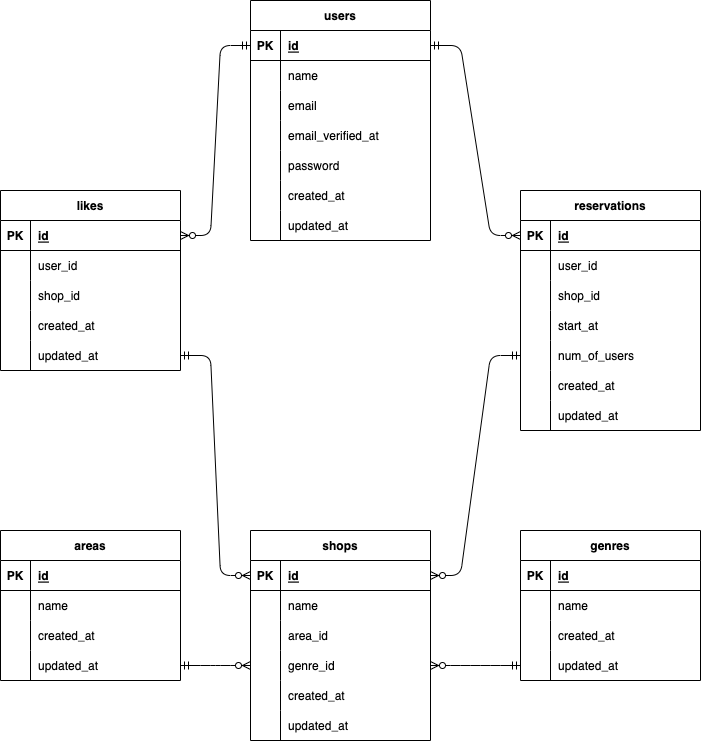
Above: advance-term-project.drawio.png in ameji1077/advance-term-project (draw.io), before the change. Source tidied: cells renumbered, new cells last; positions are measured from the earlier drawing's top-left corner, leaving out a move shared by most shapes.
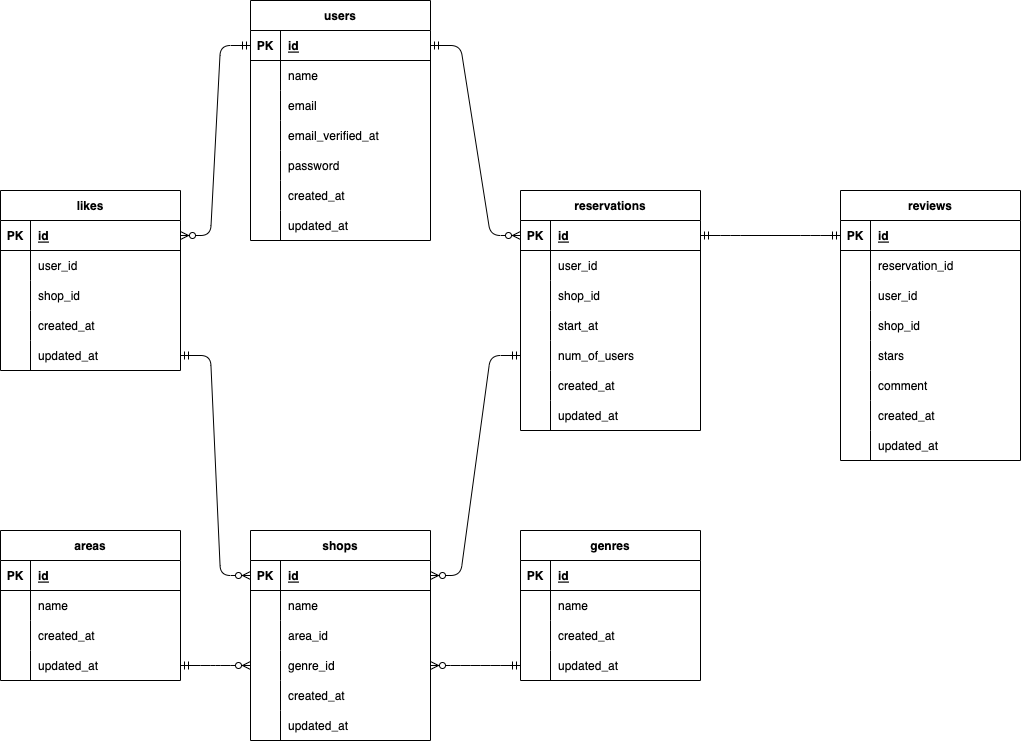
Later version of the same file.

Diff of the diagram source:
```diff
@@ -335,5 +335,83 @@
     <mxCell id="112" style="edgeStyle=entityRelationEdgeStyle;fontSize=12;html=1;endArrow=ERzeroToMany;startArrow=ERmandOne;exitX=0;exitY=0.5;exitDx=0;exitDy=0;entryX=1;entryY=0.5;entryDx=0;entryDy=0;" parent="1" edge="1" source="104" target="50">
       <mxGeometry relative="1" as="geometry" />
     </mxCell>
+    <mxCell id="113" value="reviews" style="shape=table;startSize=30;rowLines=0;fontStyle=1;align=center;" parent="1" vertex="1">
+      <mxGeometry x="840" y="190" width="180" height="270" as="geometry" />
+    </mxCell>
+    <mxCell id="114" style="shape=tableRow;horizontal=0;startSize=0;swimlaneHead=0;swimlaneBody=0;fillColor=none;points=[[0,0.5],[1,0.5]];portConstraint=eastwest;top=0;left=0;right=0;bottom=1;" parent="113" vertex="1">
+      <mxGeometry y="30" width="180" height="30" as="geometry" />
+    </mxCell>
+    <mxCell id="115" value="PK" style="shape=partialRectangle;fillColor=none;top=0;left=0;bottom=0;right=0;fontStyle=1;overflow=hidden;" parent="114" vertex="1">
+      <mxGeometry width="30" height="30" as="geometry" />
+    </mxCell>
+    <mxCell id="116" value="id" style="shape=partialRectangle;fillColor=none;top=0;left=0;bottom=0;right=0;align=left;spacingLeft=6;fontStyle=5;overflow=hidden;" parent="114" vertex="1">
+      <mxGeometry x="30" width="150" height="30" as="geometry" />
+    </mxCell>
+    <mxCell id="117" style="shape=tableRow;horizontal=0;startSize=0;swimlaneHead=0;swimlaneBody=0;fillColor=none;top=0;left=0;right=0;bottom=0;" parent="113" vertex="1">
+      <mxGeometry y="60" width="180" height="30" as="geometry" />
+    </mxCell>
+    <mxCell id="118" style="shape=partialRectangle;fillColor=none;top=0;left=0;bottom=0;right=0;overflow=hidden;" parent="117" vertex="1">
+      <mxGeometry width="30" height="30" as="geometry" />
+    </mxCell>
+    <mxCell id="119" value="reservation_id" style="shape=partialRectangle;fillColor=none;top=0;left=0;bottom=0;right=0;align=left;spacingLeft=6;overflow=hidden;" parent="117" vertex="1">
+      <mxGeometry x="30" width="150" height="30" as="geometry" />
+    </mxCell>
+    <mxCell id="120" style="shape=tableRow;horizontal=0;startSize=0;swimlaneHead=0;swimlaneBody=0;fillColor=none;top=0;left=0;right=0;bottom=0;" parent="113" vertex="1">
+      <mxGeometry y="90" width="180" height="30" as="geometry" />
+    </mxCell>
+    <mxCell id="121" style="shape=partialRectangle;fillColor=none;top=0;left=0;bottom=0;right=0;overflow=hidden;" parent="120" vertex="1">
+      <mxGeometry width="30" height="30" as="geometry" />
+    </mxCell>
+    <mxCell id="122" value="user_id" style="shape=partialRectangle;fillColor=none;top=0;left=0;bottom=0;right=0;align=left;spacingLeft=6;overflow=hidden;" parent="120" vertex="1">
+      <mxGeometry x="30" width="150" height="30" as="geometry" />
+    </mxCell>
+    <mxCell id="123" style="shape=tableRow;horizontal=0;startSize=0;swimlaneHead=0;swimlaneBody=0;fillColor=none;top=0;left=0;right=0;bottom=0;" parent="113" vertex="1">
+      <mxGeometry y="120" width="180" height="30" as="geometry" />
+    </mxCell>
+    <mxCell id="124" style="shape=partialRectangle;fillColor=none;top=0;left=0;bottom=0;right=0;overflow=hidden;" parent="123" vertex="1">
+      <mxGeometry width="30" height="30" as="geometry" />
+    </mxCell>
+    <mxCell id="125" value="shop_id" style="shape=partialRectangle;fillColor=none;top=0;left=0;bottom=0;right=0;align=left;spacingLeft=6;overflow=hidden;" parent="123" vertex="1">
+      <mxGeometry x="30" width="150" height="30" as="geometry" />
+    </mxCell>
+    <mxCell id="126" style="shape=tableRow;horizontal=0;startSize=0;swimlaneHead=0;swimlaneBody=0;fillColor=none;top=0;left=0;right=0;bottom=0;" parent="113" vertex="1">
+      <mxGeometry y="150" width="180" height="30" as="geometry" />
+    </mxCell>
+    <mxCell id="127" style="shape=partialRectangle;fillColor=none;top=0;left=0;bottom=0;right=0;overflow=hidden;" parent="126" vertex="1">
+      <mxGeometry width="30" height="30" as="geometry" />
+    </mxCell>
+    <mxCell id="128" value="stars" style="shape=partialRectangle;fillColor=none;top=0;left=0;bottom=0;right=0;align=left;spacingLeft=6;overflow=hidden;" parent="126" vertex="1">
+      <mxGeometry x="30" width="150" height="30" as="geometry" />
+    </mxCell>
+    <mxCell id="129" style="shape=tableRow;horizontal=0;startSize=0;swimlaneHead=0;swimlaneBody=0;fillColor=none;top=0;left=0;right=0;bottom=0;" parent="113" vertex="1">
+      <mxGeometry y="180" width="180" height="30" as="geometry" />
+    </mxCell>
+    <mxCell id="130" style="shape=partialRectangle;fillColor=none;top=0;left=0;bottom=0;right=0;overflow=hidden;" parent="129" vertex="1">
+      <mxGeometry width="30" height="30" as="geometry" />
+    </mxCell>
+    <mxCell id="131" value="comment" style="shape=partialRectangle;fillColor=none;top=0;left=0;bottom=0;right=0;align=left;spacingLeft=6;overflow=hidden;" parent="129" vertex="1">
+      <mxGeometry x="30" width="150" height="30" as="geometry" />
+    </mxCell>
+    <mxCell id="132" style="shape=tableRow;horizontal=0;startSize=0;swimlaneHead=0;swimlaneBody=0;fillColor=none;top=0;left=0;right=0;bottom=0;" parent="113" vertex="1">
+      <mxGeometry y="210" width="180" height="30" as="geometry" />
+    </mxCell>
+    <mxCell id="133" style="shape=partialRectangle;fillColor=none;top=0;left=0;bottom=0;right=0;overflow=hidden;" parent="132" vertex="1">
+      <mxGeometry width="30" height="30" as="geometry" />
+    </mxCell>
+    <mxCell id="134" value="created_at" style="shape=partialRectangle;fillColor=none;top=0;left=0;bottom=0;right=0;align=left;spacingLeft=6;overflow=hidden;" parent="132" vertex="1">
+      <mxGeometry x="30" width="150" height="30" as="geometry" />
+    </mxCell>
+    <mxCell id="135" style="shape=tableRow;horizontal=0;startSize=0;swimlaneHead=0;swimlaneBody=0;fillColor=none;top=0;left=0;right=0;bottom=0;" parent="113" vertex="1">
+      <mxGeometry y="240" width="180" height="30" as="geometry" />
+    </mxCell>
+    <mxCell id="136" style="shape=partialRectangle;fillColor=none;top=0;left=0;bottom=0;right=0;overflow=hidden;" parent="135" vertex="1">
+      <mxGeometry width="30" height="30" as="geometry" />
+    </mxCell>
+    <mxCell id="137" value="updated_at" style="shape=partialRectangle;fillColor=none;top=0;left=0;bottom=0;right=0;align=left;spacingLeft=6;overflow=hidden;" parent="135" vertex="1">
+      <mxGeometry x="30" width="150" height="30" as="geometry" />
+    </mxCell>
+    <mxCell id="138" style="edgeStyle=entityRelationEdgeStyle;fontSize=12;html=1;endArrow=ERmandOne;startArrow=ERmandOne;exitX=1;exitY=0.5;exitDx=0;exitDy=0;entryX=0;entryY=0.5;entryDx=0;entryDy=0;" parent="1" edge="1" source="73" target="114">
+      <mxGeometry relative="1" as="geometry" />
+    </mxCell>
   </root>
 </mxGraphModel>
```
